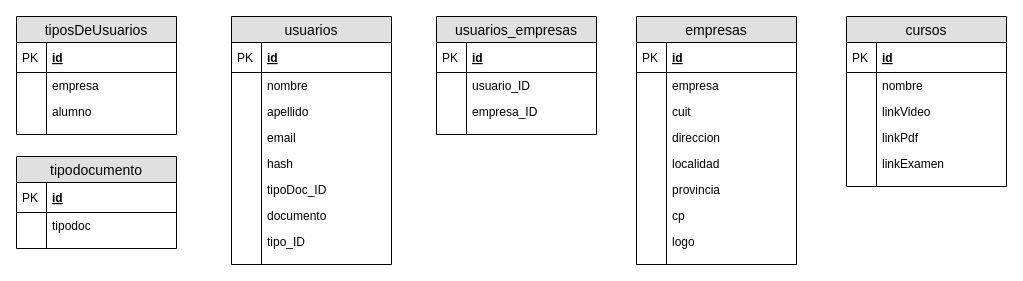
Before: Untitled Diagram.drawio in guilledp/Proyecto, a draw.io diagram. Source tidied: cells renumbered, new cells numbered last; positions are measured from the earlier drawing's top-left corner, leaving out a move shared by most shapes. Both pictures are drawn from the tidied source at 100%, with x=0, y=0 at pixel (16, 16).
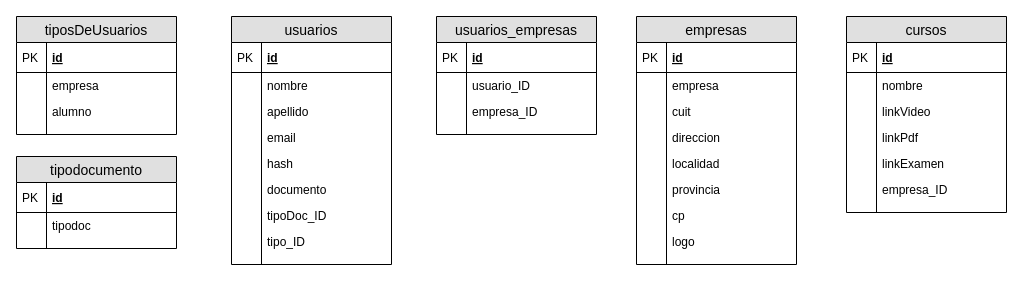
The same page after the edit.

Unchanged cells that the change refers to:
```xml
<mxCell id="2" value="usuarios" style="swimlane;fontStyle=0;horizontal=1;startSize=26;fillColor=#e0e0e0;swimlaneFillColor=#ffffff;align=center;fontSize=14;" parent="1" vertex="1">
  <mxGeometry x="215" width="160" height="248" as="geometry" />
</mxCell>
```

The edit, as a diff of the source:
```diff
@@
+    <mxCell id="15" value="documento" style="shape=partialRectangle;top=0;left=0;right=0;bottom=0;align=left;verticalAlign=top;fillColor=none;spacingLeft=34;spacingRight=4;overflow=hidden;fontSize=12;" parent="2" vertex="1">
+      <mxGeometry y="160" width="160" height="26" as="geometry" />
+    </mxCell>
+    <mxCell id="16" style="shape=partialRectangle;top=0;left=0;bottom=0;fillColor=none;align=left;verticalAlign=top;spacingLeft=4;spacingRight=4;overflow=hidden;fontSize=12;" parent="15" vertex="1">
+      <mxGeometry width="30" height="26" as="geometry" />
+    </mxCell>
     <mxCell id="13" value="tipoDoc_ID" style="shape=partialRectangle;top=0;left=0;right=0;bottom=0;align=left;verticalAlign=top;fillColor=none;spacingLeft=34;spacingRight=4;overflow=hidden;fontSize=12;" parent="2" vertex="1">
-      <mxGeometry y="160" width="160" height="26" as="geometry" />
+      <mxGeometry y="186" width="160" height="26" as="geometry" />
     </mxCell>
@@
-    <mxCell id="15" value="documento" style="shape=partialRectangle;top=0;left=0;right=0;bottom=0;align=left;verticalAlign=top;fillColor=none;spacingLeft=34;spacingRight=4;overflow=hidden;fontSize=12;" parent="2" vertex="1">
-      <mxGeometry y="186" width="160" height="26" as="geometry" />
-    </mxCell>
-    <mxCell id="16" style="shape=partialRectangle;top=0;left=0;bottom=0;fillColor=none;align=left;verticalAlign=top;spacingLeft=4;spacingRight=4;overflow=hidden;fontSize=12;" parent="15" vertex="1">
-      <mxGeometry width="30" height="26" as="geometry" />
-    </mxCell>
@@
     <mxCell id="30" value="cursos" style="swimlane;fontStyle=0;horizontal=1;startSize=26;fillColor=#e0e0e0;swimlaneFillColor=#ffffff;align=center;fontSize=14;" parent="1" vertex="1">
-      <mxGeometry x="830" width="160" height="170" as="geometry" />
+      <mxGeometry x="830" width="160" height="196" as="geometry" />
     </mxCell>
@@
+    <mxCell id="78" value="empresa_ID&#10;" style="shape=partialRectangle;top=0;left=0;right=0;bottom=0;align=left;verticalAlign=top;fillColor=none;spacingLeft=34;spacingRight=4;overflow=hidden;fontSize=12;" parent="30" vertex="1">
+      <mxGeometry y="160" width="160" height="26" as="geometry" />
+    </mxCell>
+    <mxCell id="79" style="shape=partialRectangle;top=0;left=0;bottom=0;fillColor=none;align=left;verticalAlign=top;spacingLeft=4;spacingRight=4;overflow=hidden;fontSize=12;" parent="78" vertex="1">
+      <mxGeometry width="30" height="26" as="geometry" />
+    </mxCell>
     <mxCell id="41" style="shape=partialRectangle;top=0;left=0;right=0;bottom=0;align=left;verticalAlign=top;fillColor=none;spacingLeft=34;spacingRight=4;overflow=hidden;fontSize=12;" parent="30" vertex="1">
-      <mxGeometry y="160" width="160" height="10" as="geometry" />
+      <mxGeometry y="186" width="160" height="10" as="geometry" />
     </mxCell>
```
